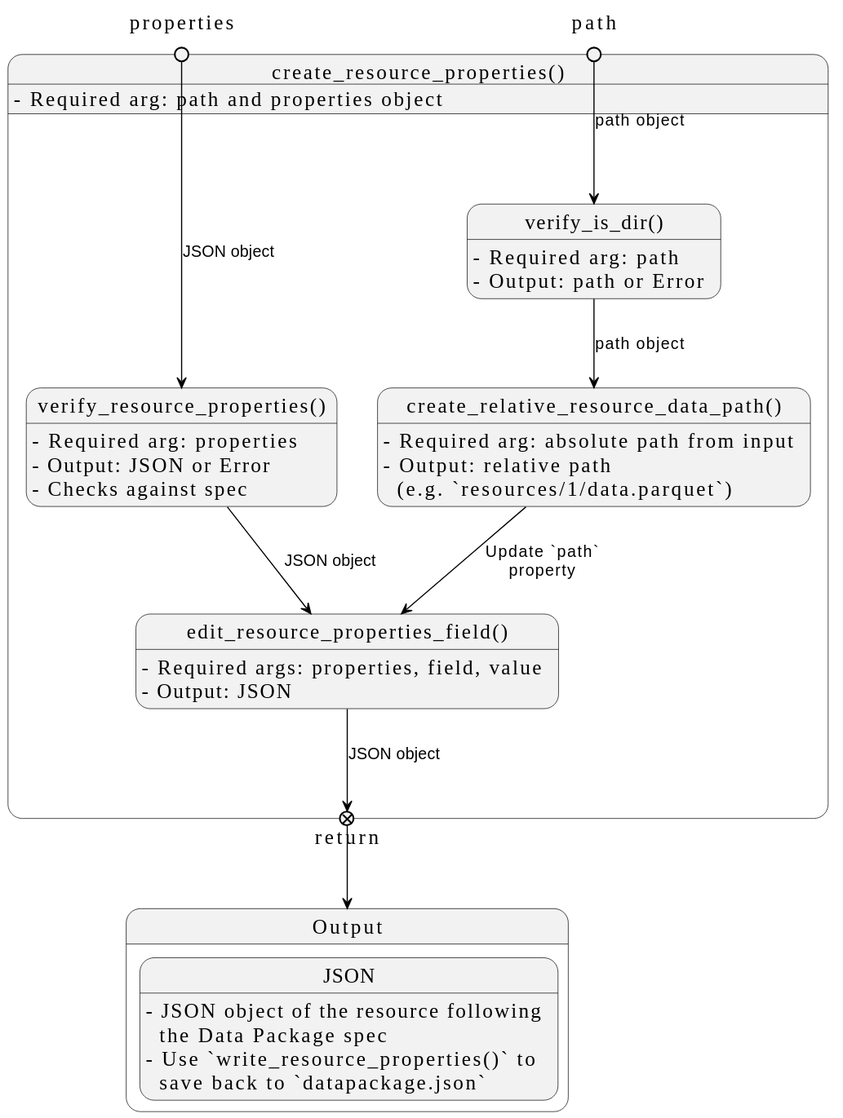
Above: docs/design/images/core-python-functions/create-resource-properties.svg in seedcase-project/seedcase-sprout (PlantUML), before the change.
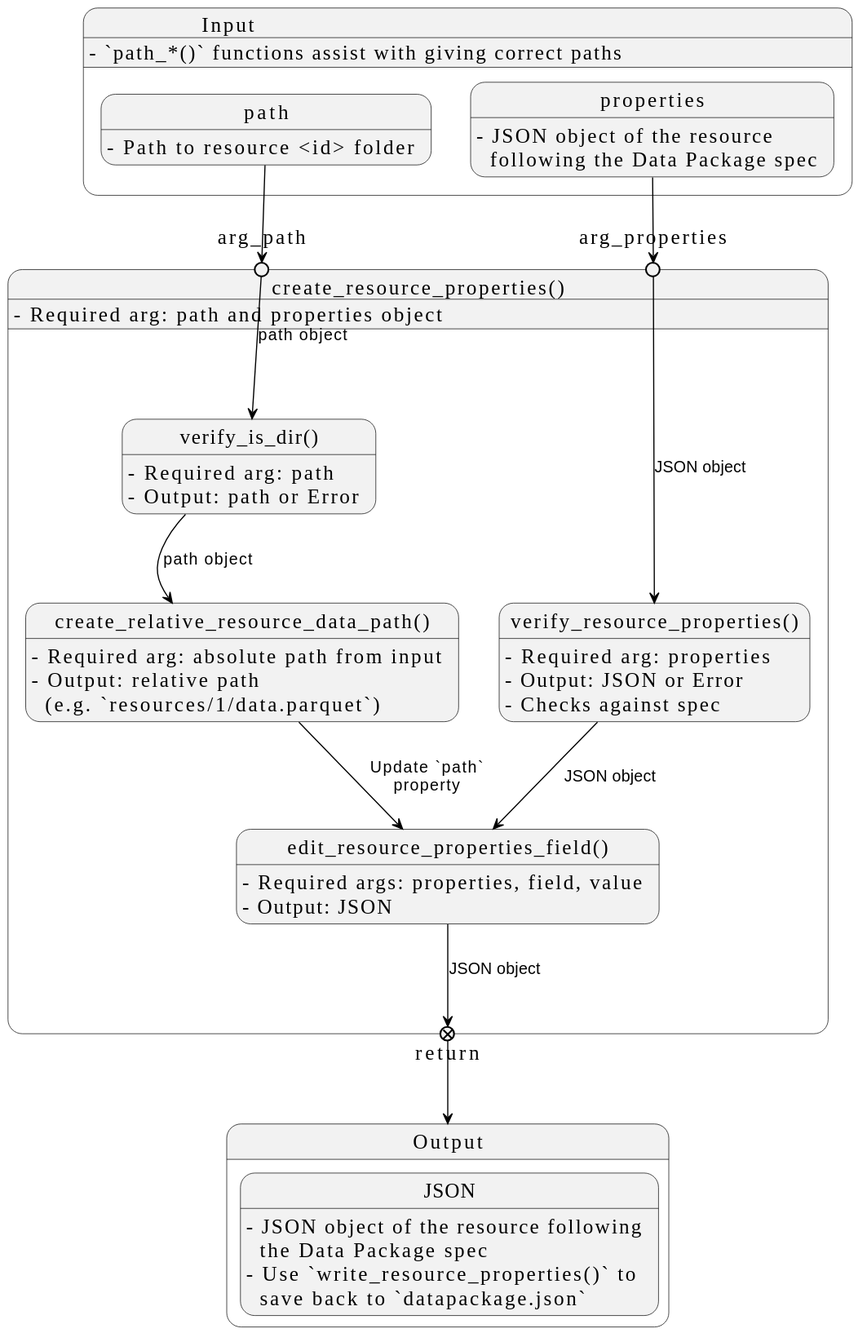
Later version of the same file.

The edit, as a diff of the source:
```diff
@@ -1,5 +1,11 @@
 @startuml
 !theme seedcase from https://raw.githubusercontent.com/seedcase-project/seedcase-theme/main
+
+state "Input" as input {
+  input : - `path_*()` functions assist with giving correct paths
+  path : - Path to resource <id> folder
+  properties: - JSON object of the resource\n  following the Data Package spec
+}
 
 state "Output" as output {
   state "JSON" as json_output
@@ -10,13 +16,16 @@
 state "create_resource_properties()" as crp {
   crp : - Required arg: path and properties object
 
-  state path <<entryPoint>>
-  state properties <<entryPoint>>
+  state arg_path <<entryPoint>>
+  state arg_properties <<entryPoint>>
+
+  path --> arg_path
+  properties --> arg_properties
 
   state "verify_is_dir()" as vid
   vid : - Required arg: path
   vid : - Output: path or Error
-  path --> vid : path object
+  arg_path --> vid : path object
 
   state "create_relative_resource_data_path()" as crrdp
   crrdp : - Required arg: absolute path from input
@@ -27,7 +36,7 @@
   vrp : - Required arg: properties
   vrp : - Output: JSON or Error
   vrp : - Checks against spec
-  properties --> vrp : JSON object
+  arg_properties --> vrp : JSON object
 
   state "edit_resource_properties_field()" as erpf
   erpf : - Required args: properties, field, value
```
